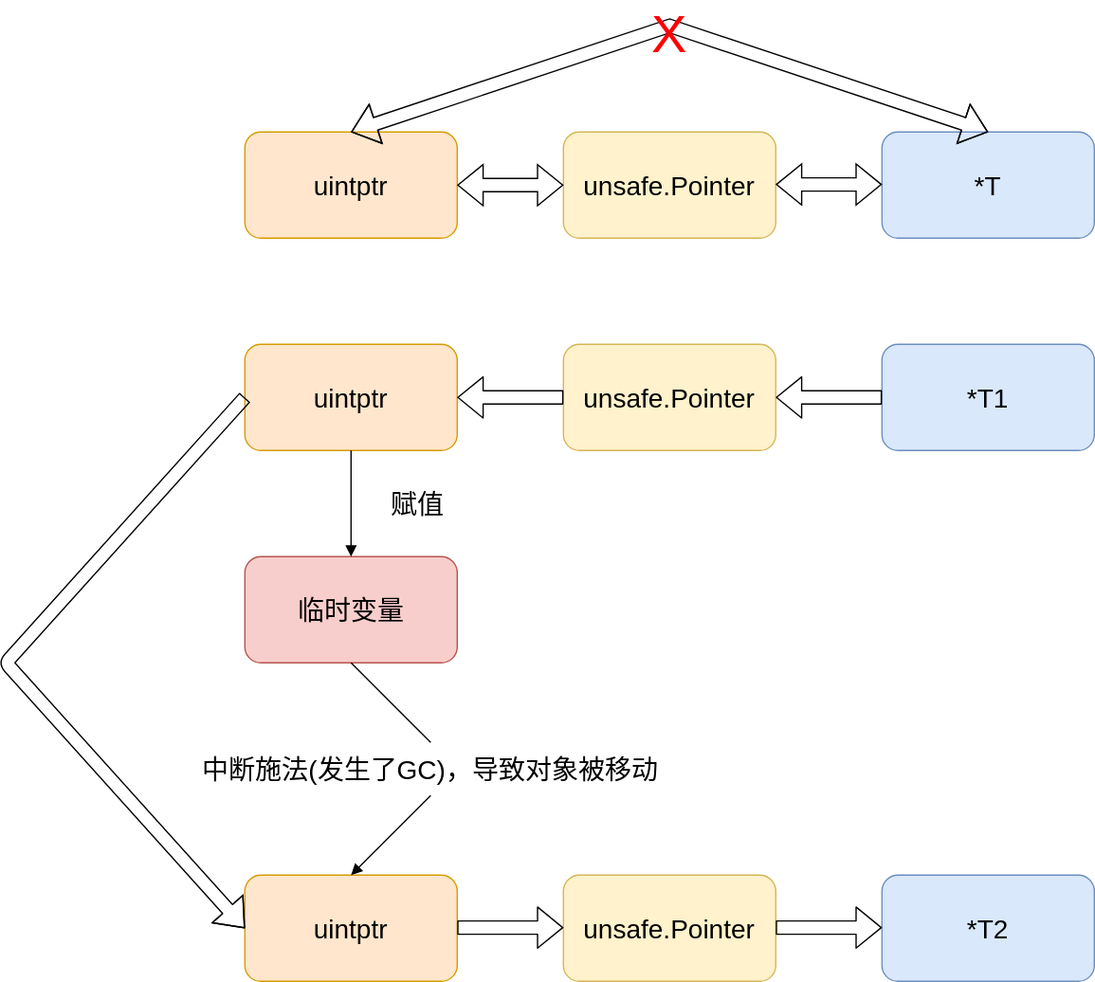
Above: advance/doc/go_unsafe.svg in SuanCaiYv/GoBaseLearn (draw.io), before the change. Source tidied: cells renumbered, new cells last; positions are measured from the earlier drawing's top-left corner, leaving out a move shared by most shapes.
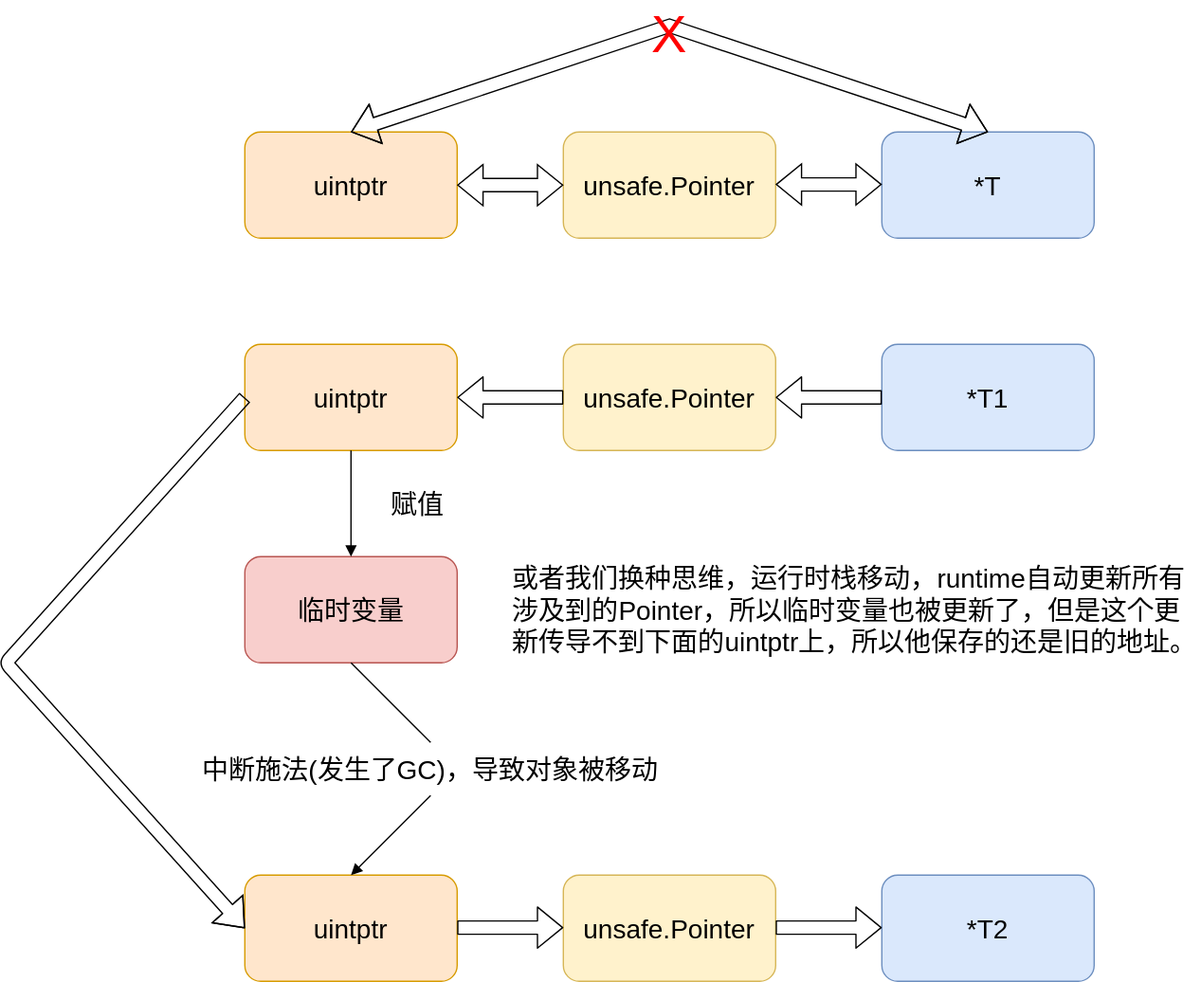
After the commit.

The edit, as a diff of the source:
```diff
@@ -93,5 +93,8 @@
         </Array>
       </mxGeometry>
     </mxCell>
+    <mxCell id="26" value="&lt;font style=&quot;font-size: 20px&quot;&gt;或者我们换种思维，运行时栈移动，runtime自动更新所有涉及到的Pointer，所以临时变量也被更新了，但是这个更新传导不到下面的uintptr上，所以他保存的还是旧的地址。&lt;/font&gt;" style="text;html=1;strokeColor=none;fillColor=none;align=left;verticalAlign=middle;whiteSpace=wrap;rounded=0;" parent="1" vertex="1">
+      <mxGeometry x="380" y="410" width="520" height="80" as="geometry" />
+    </mxCell>
   </root>
 </mxGraphModel>
```
